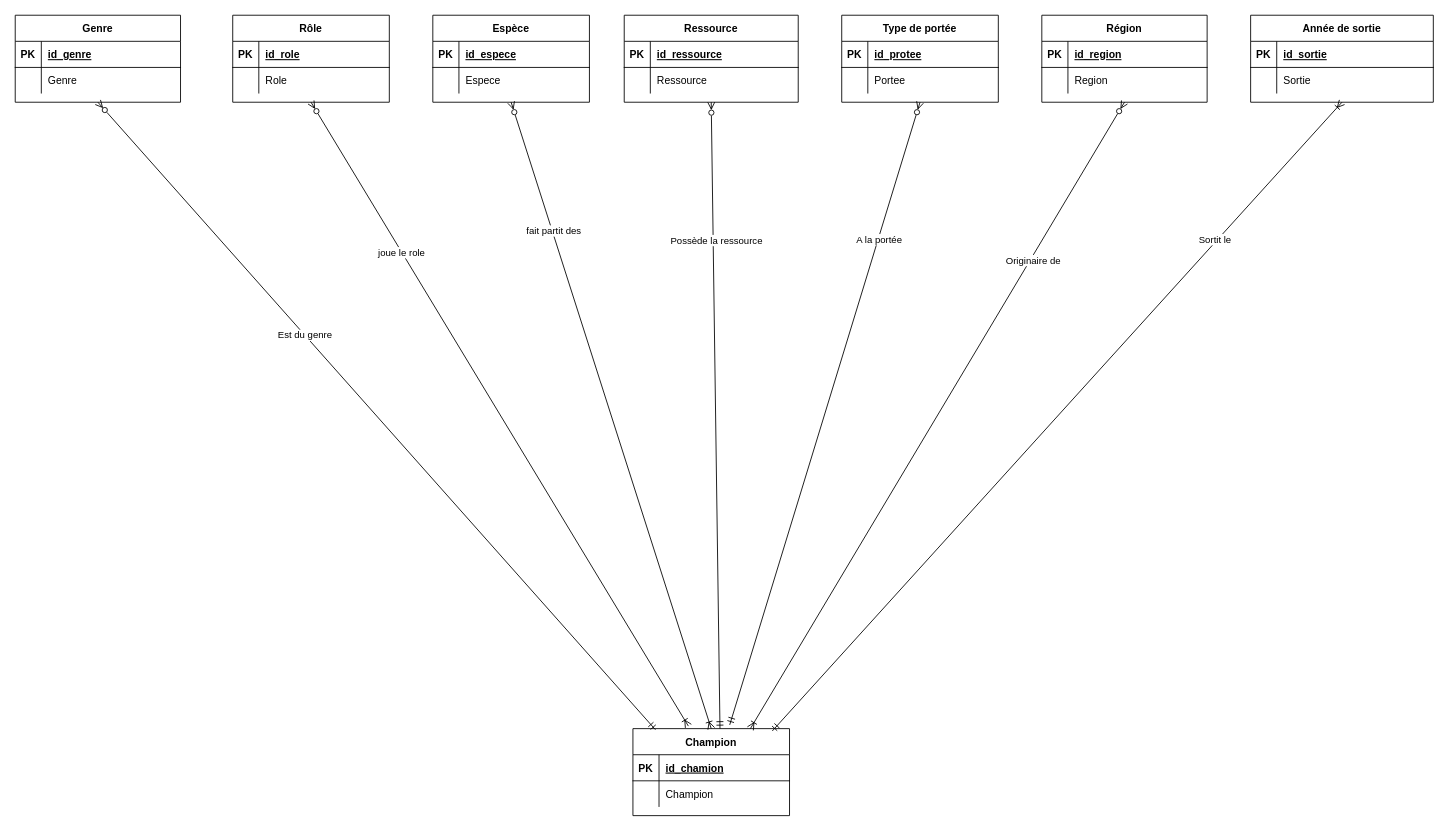
CamilleSimon/BTS2-CIEL-IR-MCD-2024-2025 keeps this draw.io diagram as grand.drawio. Above is the earlier version. Source tidied: cells renumbered, new cells numbered last; positions are measured from the earlier drawing's top-left corner, leaving out a move shared by most shapes. Both pictures are drawn from the tidied source at 87%, with x=0, y=0 at pixel (15, 15).
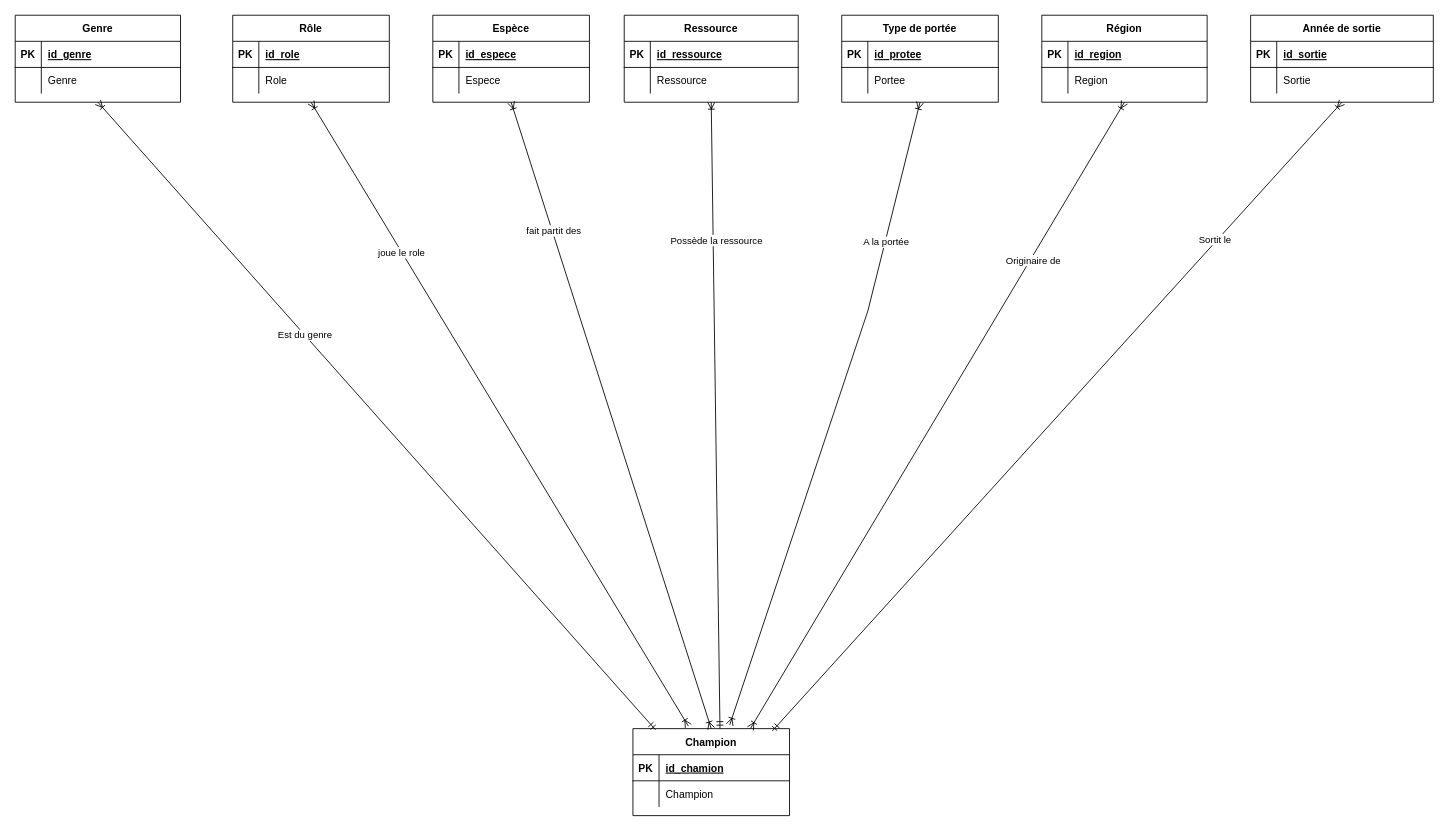
After the change.

Commit message:
Mettre à jour grand.drawio

Unchanged cells that the change refers to:
```xml
<mxCell id="2" value="Région" style="shape=table;startSize=30;childLayout=tableLayout;rowLines=0;fontStyle=1;align=center;" parent="1" vertex="1">
  <mxGeometry x="1180" width="190" height="100" as="geometry" />
</mxCell>
<mxCell id="16" value="Type de portée" style="shape=table;startSize=30;childLayout=tableLayout;rowLines=0;fontStyle=1;align=center;" parent="1" vertex="1">
  <mxGeometry x="950" width="180" height="100" as="geometry" />
</mxCell>
<mxCell id="23" value="Espèce" style="shape=table;startSize=30;childLayout=tableLayout;rowLines=0;fontStyle=1;align=center;" parent="1" vertex="1">
  <mxGeometry x="480" width="180" height="100" as="geometry" />
</mxCell>
<mxCell id="30" value="Rôle" style="shape=table;startSize=30;childLayout=tableLayout;rowLines=0;fontStyle=1;align=center;" parent="1" vertex="1">
  <mxGeometry x="250" width="180" height="100" as="geometry" />
</mxCell>
<mxCell id="37" value="Ressource" style="shape=table;startSize=30;childLayout=tableLayout;rowLines=0;fontStyle=1;align=center;" parent="1" vertex="1">
  <mxGeometry x="700" width="200" height="100" as="geometry" />
</mxCell>
<mxCell id="44" value="Genre" style="shape=table;startSize=30;childLayout=tableLayout;rowLines=0;fontStyle=1;align=center;" parent="1" vertex="1">
  <mxGeometry width="190" height="100" as="geometry" />
</mxCell>
<mxCell id="51" value="Champion" style="shape=table;startSize=30;childLayout=tableLayout;rowLines=0;fontStyle=1;align=center;" parent="1" vertex="1">
  <mxGeometry x="710" y="820" width="180" height="100" as="geometry" />
</mxCell>
```

Change to the diagram source:
```diff
@@
-    <mxCell id="58" style="endArrow=ERzeroToMany;startArrow=ERmandOne;html=1;rounded=0;entryX=0.5;entryY=1;entryDx=0;entryDy=0;exitX=0.144;exitY=0.013;exitDx=0;exitDy=0;startFill=0;endFill=0;exitPerimeter=0;" parent="1" edge="1" source="51" target="44">
+    <mxCell id="58" style="endArrow=ERoneToMany;startArrow=ERmandOne;html=1;rounded=0;entryX=0.5;entryY=1;entryDx=0;entryDy=0;exitX=0.144;exitY=0.013;exitDx=0;exitDy=0;startFill=0;endFill=0;exitPerimeter=0;" parent="1" edge="1" source="51" target="44">
       <mxGeometry relative="1" as="geometry" />
     </mxCell>
@@
-    <mxCell id="60" style="endArrow=ERzeroToMany;startArrow=ERoneToMany;html=1;rounded=0;entryX=0.5;entryY=1;entryDx=0;entryDy=0;exitX=0.354;exitY=-0.029;exitDx=0;exitDy=0;endFill=0;startFill=0;exitPerimeter=0;" parent="1" edge="1" source="51" target="30">
+    <mxCell id="60" style="endArrow=ERoneToMany;startArrow=ERoneToMany;html=1;rounded=0;entryX=0.5;entryY=1;entryDx=0;entryDy=0;exitX=0.354;exitY=-0.029;exitDx=0;exitDy=0;endFill=0;startFill=0;exitPerimeter=0;" parent="1" edge="1" source="51" target="30">
       <mxGeometry relative="1" as="geometry" />
     </mxCell>
@@
-    <mxCell id="62" style="endArrow=ERzeroToMany;startArrow=ERoneToMany;html=1;rounded=0;entryX=0.5;entryY=1;entryDx=0;entryDy=0;exitX=0.5;exitY=0;exitDx=0;exitDy=0;endFill=0;startFill=0;" parent="1" edge="1" source="51" target="23">
+    <mxCell id="62" style="endArrow=ERoneToMany;startArrow=ERoneToMany;html=1;rounded=0;entryX=0.5;entryY=1;entryDx=0;entryDy=0;exitX=0.5;exitY=0;exitDx=0;exitDy=0;endFill=0;startFill=0;" parent="1" edge="1" source="51" target="23">
       <mxGeometry relative="1" as="geometry" />
     </mxCell>
@@
-    <mxCell id="64" style="endArrow=ERzeroToMany;startArrow=ERmandOne;html=1;rounded=0;entryX=0.5;entryY=1;entryDx=0;entryDy=0;exitX=0.556;exitY=0;exitDx=0;exitDy=0;endFill=0;exitPerimeter=0;startFill=0;" parent="1" edge="1" source="51" target="37">
+    <mxCell id="64" style="endArrow=ERoneToMany;startArrow=ERmandOne;html=1;rounded=0;entryX=0.5;entryY=1;entryDx=0;entryDy=0;exitX=0.556;exitY=0;exitDx=0;exitDy=0;endFill=0;exitPerimeter=0;startFill=0;" parent="1" edge="1" source="51" target="37">
       <mxGeometry relative="1" as="geometry" />
     </mxCell>
@@
-    <mxCell id="66" style="endArrow=ERzeroToMany;startArrow=ERmandOne;html=1;rounded=0;entryX=0.5;entryY=1;entryDx=0;entryDy=0;exitX=0.618;exitY=-0.043;exitDx=0;exitDy=0;endFill=0;startFill=0;exitPerimeter=0;" parent="1" edge="1" source="51" target="16">
-      <mxGeometry relative="1" as="geometry" />
+    <mxCell id="66" style="endArrow=ERoneToMany;startArrow=ERoneToMany;html=1;rounded=0;entryX=0.5;entryY=1;entryDx=0;entryDy=0;exitX=0.618;exitY=-0.043;exitDx=0;exitDy=0;endFill=0;startFill=0;exitPerimeter=0;" parent="1" edge="1" source="51" target="16">
+      <mxGeometry relative="1" as="geometry">
+        <Array as="points">
+          <mxPoint x="980" y="340" />
+        </Array>
+      </mxGeometry>
     </mxCell>
@@
-    <mxCell id="68" style="endArrow=ERzeroToMany;startArrow=ERoneToMany;html=1;rounded=0;entryX=0.5;entryY=1;entryDx=0;entryDy=0;exitX=0.75;exitY=0;exitDx=0;exitDy=0;endFill=0;startFill=0;" parent="1" edge="1" source="51" target="2">
+    <mxCell id="68" style="endArrow=ERoneToMany;startArrow=ERoneToMany;html=1;rounded=0;entryX=0.5;entryY=1;entryDx=0;entryDy=0;exitX=0.75;exitY=0;exitDx=0;exitDy=0;endFill=0;startFill=0;" parent="1" edge="1" source="51" target="2">
       <mxGeometry relative="1" as="geometry" />
     </mxCell>
```
